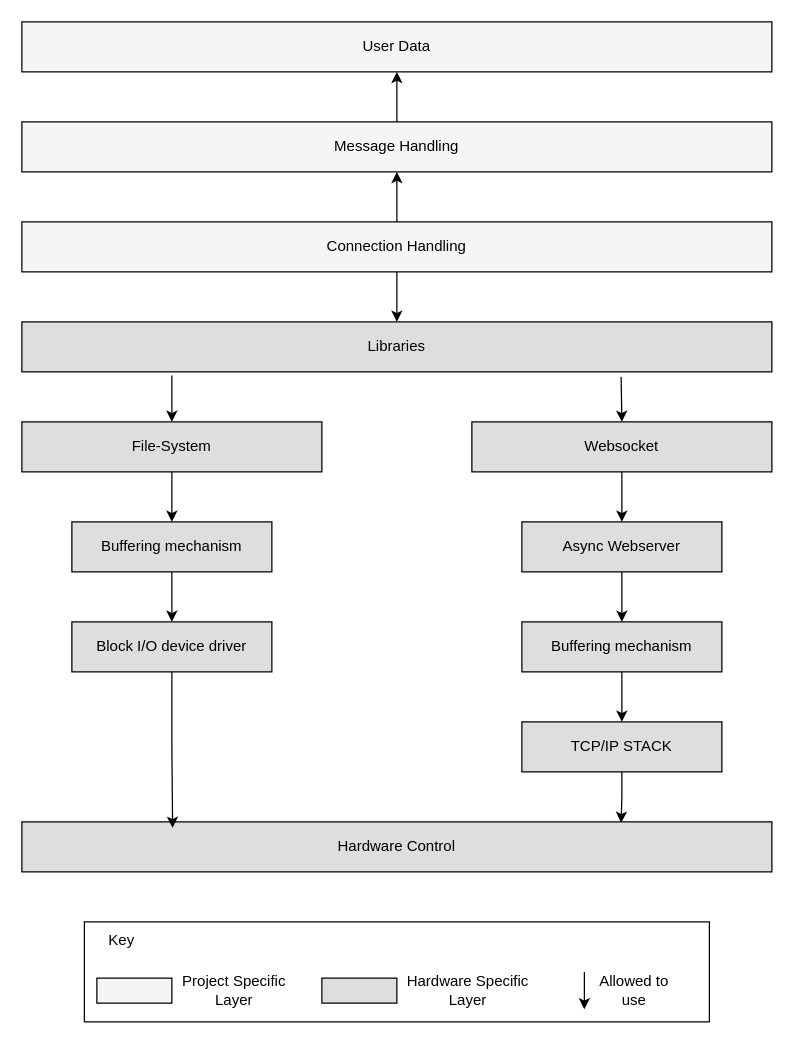
Above: docs/PackageDiagrams/DiagramFiles/Layer_Structure_Package_Diagram.drawio in Scherrik/se_mcm (draw.io), before the change. Source tidied: cells renumbered, new cells numbered last; positions are measured from the earlier drawing's top-left corner, leaving out a move shared by most shapes. Both pictures are drawn from the tidied source at 125%, with x=0, y=0 at pixel (21, 21).
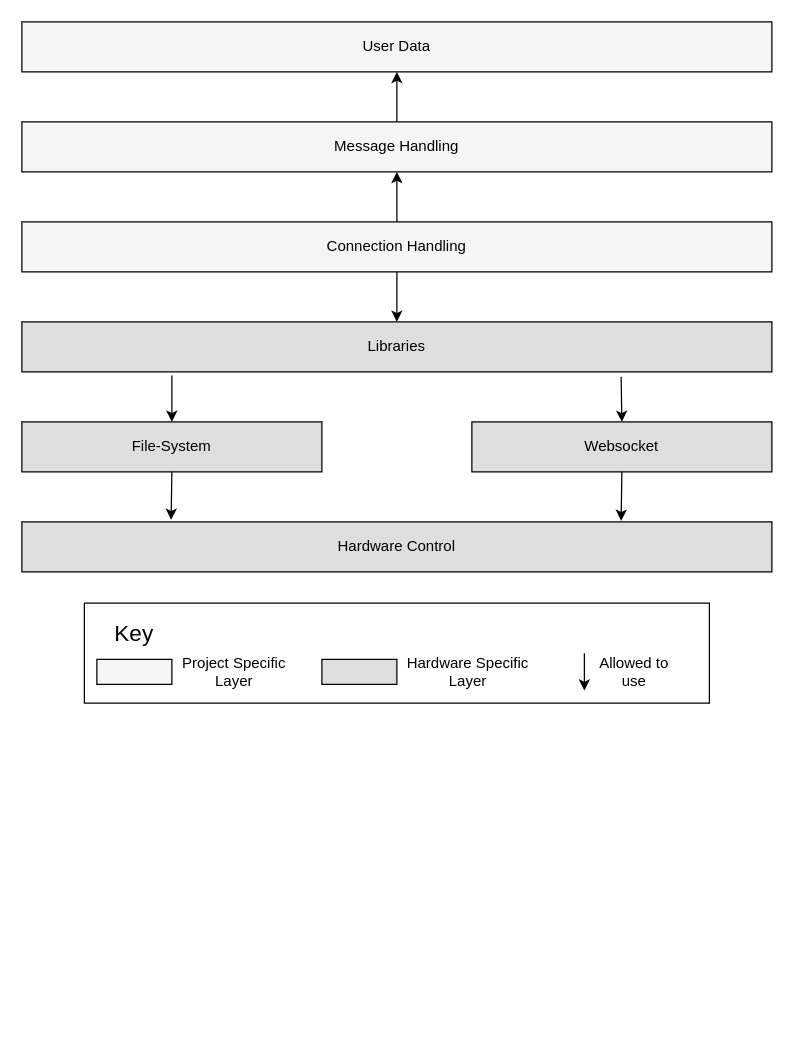
The same page after the edit.

Unchanged cells that the change refers to:
```xml
<mxCell id="6" value="Websocket" style="whiteSpace=wrap;html=1;rounded=0;fillColor=#DEDEDE;" parent="1" vertex="1">
  <mxGeometry x="360" y="320" width="240" height="40" as="geometry" />
</mxCell>
<mxCell id="14" value="File-System" style="rounded=0;whiteSpace=wrap;html=1;fillColor=#DEDEDE;" parent="1" vertex="1">
  <mxGeometry y="320" width="240" height="40" as="geometry" />
</mxCell>
```

Change to the diagram source:
```diff
@@
-    <mxCell id="7" style="edgeStyle=orthogonalEdgeStyle;rounded=0;jettySize=auto;html=1;exitX=0.5;exitY=0;exitDx=0;exitDy=0;entryX=0.5;entryY=1;entryDx=0;entryDy=0;startArrow=classic;startFill=1;endArrow=none;endFill=0;" parent="1" edge="1" source="8" target="6">
+    <mxCell id="7" style="edgeStyle=orthogonalEdgeStyle;rounded=0;jettySize=auto;html=1;exitX=0.799;exitY=-0.021;exitDx=0;exitDy=0;entryX=0.5;entryY=1;entryDx=0;entryDy=0;startArrow=classic;startFill=1;endArrow=none;endFill=0;exitPerimeter=0;" parent="1" edge="1" source="12" target="6">
       <mxGeometry relative="1" as="geometry" />
     </mxCell>
-    <mxCell id="8" value="Async Webserver" style="rounded=0;whiteSpace=wrap;html=1;fillColor=#DEDEDE;" parent="1" vertex="1">
-      <mxGeometry x="400" y="400" width="160" height="40" as="geometry" />
-    </mxCell>
-    <mxCell id="9" style="edgeStyle=orthogonalEdgeStyle;rounded=0;jettySize=auto;html=1;exitX=0.5;exitY=0;exitDx=0;exitDy=0;entryX=0.5;entryY=1;entryDx=0;entryDy=0;startArrow=classic;startFill=1;endArrow=none;endFill=0;" parent="1" edge="1" source="11" target="18">
-      <mxGeometry relative="1" as="geometry" />
-    </mxCell>
-    <mxCell id="10" style="edgeStyle=orthogonalEdgeStyle;rounded=0;jettySize=auto;html=1;exitX=0.5;exitY=1;exitDx=0;exitDy=0;entryX=0.799;entryY=0.02;entryDx=0;entryDy=0;entryPerimeter=0;startArrow=none;startFill=0;endArrow=classic;endFill=1;" parent="1" edge="1" source="11" target="12">
-      <mxGeometry relative="1" as="geometry" />
-    </mxCell>
-    <mxCell id="11" value="TCP/IP STACK" style="rounded=0;whiteSpace=wrap;html=1;fillColor=#DEDEDE;" parent="1" vertex="1">
-      <mxGeometry x="400" y="560" width="160" height="40" as="geometry" />
-    </mxCell>
     <mxCell id="12" value="Hardware Control" style="rounded=0;whiteSpace=wrap;html=1;fillColor=#DEDEDE;" parent="1" vertex="1">
-      <mxGeometry y="640" width="600" height="40" as="geometry" />
+      <mxGeometry y="400" width="600" height="40" as="geometry" />
     </mxCell>
@@
-    <mxCell id="15" style="edgeStyle=orthogonalEdgeStyle;rounded=0;jettySize=auto;html=1;exitX=0.5;exitY=0;exitDx=0;exitDy=0;entryX=0.5;entryY=1;entryDx=0;entryDy=0;startArrow=classic;startFill=1;endArrow=none;endFill=0;" parent="1" edge="1" source="16" target="14">
+    <mxCell id="15" style="edgeStyle=orthogonalEdgeStyle;rounded=0;jettySize=auto;html=1;exitX=0.199;exitY=-0.042;exitDx=0;exitDy=0;entryX=0.5;entryY=1;entryDx=0;entryDy=0;startArrow=classic;startFill=1;endArrow=none;endFill=0;exitPerimeter=0;" parent="1" edge="1" source="12" target="14">
       <mxGeometry relative="1" as="geometry" />
     </mxCell>
-    <mxCell id="16" value="Buffering mechanism" style="rounded=0;whiteSpace=wrap;html=1;fillColor=#DEDEDE;" parent="1" vertex="1">
-      <mxGeometry x="40" y="400" width="160" height="40" as="geometry" />
-    </mxCell>
-    <mxCell id="17" style="edgeStyle=orthogonalEdgeStyle;rounded=0;jettySize=auto;html=1;exitX=0.5;exitY=0;exitDx=0;exitDy=0;entryX=0.5;entryY=1;entryDx=0;entryDy=0;startArrow=classic;startFill=1;endArrow=none;endFill=0;" parent="1" edge="1" source="18" target="8">
-      <mxGeometry relative="1" as="geometry" />
-    </mxCell>
-    <mxCell id="18" value="Buffering mechanism" style="rounded=0;whiteSpace=wrap;html=1;fillColor=#DEDEDE;" parent="1" vertex="1">
-      <mxGeometry x="400" y="480" width="160" height="40" as="geometry" />
-    </mxCell>
-    <mxCell id="19" style="edgeStyle=orthogonalEdgeStyle;rounded=0;jettySize=auto;html=1;exitX=0.5;exitY=1;exitDx=0;exitDy=0;entryX=0.201;entryY=0.12;entryDx=0;entryDy=0;entryPerimeter=0;startArrow=none;startFill=0;endArrow=classic;endFill=1;" parent="1" edge="1" source="21" target="12">
-      <mxGeometry relative="1" as="geometry" />
-    </mxCell>
-    <mxCell id="20" style="edgeStyle=orthogonalEdgeStyle;rounded=0;jettySize=auto;html=1;exitX=0.5;exitY=0;exitDx=0;exitDy=0;entryX=0.5;entryY=1;entryDx=0;entryDy=0;startArrow=classic;startFill=1;endArrow=none;endFill=0;" parent="1" edge="1" source="21" target="16">
-      <mxGeometry relative="1" as="geometry" />
-    </mxCell>
-    <mxCell id="21" value="Block I/O device driver" style="rounded=0;whiteSpace=wrap;html=1;fillColor=#DEDEDE;" parent="1" vertex="1">
-      <mxGeometry x="40" y="480" width="160" height="40" as="geometry" />
-    </mxCell>
@@
+    <mxCell id="34" style="group;" parent="1" vertex="1">
+      <mxGeometry x="50" y="465" width="500" height="80" as="geometry" />
+    </mxCell>
-    <mxCell id="26" style="rounded=0;whiteSpace=wrap;html=1;fillColor=#FFFFFF;align=left;" parent="1" vertex="1">
-      <mxGeometry x="50" y="720" width="500" height="80" as="geometry" />
+    <mxCell id="26" style="rounded=0;whiteSpace=wrap;html=1;fillColor=#FFFFFF;align=left;" parent="34" vertex="1">
+      <mxGeometry width="500" height="80" as="geometry" />
     </mxCell>
-    <mxCell id="27" style="rounded=0;whiteSpace=wrap;html=1;fillColor=#F5F5F5;" parent="1" vertex="1">
-      <mxGeometry x="60" y="765" width="60" height="20" as="geometry" />
+    <mxCell id="27" style="rounded=0;whiteSpace=wrap;html=1;fillColor=#F5F5F5;" parent="34" vertex="1">
+      <mxGeometry x="10" y="45" width="60" height="20" as="geometry" />
     </mxCell>
-    <mxCell id="28" style="rounded=0;whiteSpace=wrap;html=1;fillColor=#DEDEDE;" parent="1" vertex="1">
-      <mxGeometry x="240" y="765" width="60" height="20" as="geometry" />
+    <mxCell id="28" style="rounded=0;whiteSpace=wrap;html=1;fillColor=#DEDEDE;" parent="34" vertex="1">
+      <mxGeometry x="190" y="45" width="60" height="20" as="geometry" />
     </mxCell>
-    <mxCell id="29" style="endArrow=classic;html=1;rounded=0;" parent="1" edge="1">
+    <mxCell id="29" style="endArrow=classic;html=1;rounded=0;" parent="34" edge="1">
       <mxGeometry relative="1" as="geometry">
-        <mxPoint x="450" y="760" as="sourcePoint" />
-        <mxPoint x="450" y="790" as="targetPoint" />
+        <mxPoint x="400" y="40" as="sourcePoint" />
+        <mxPoint x="400" y="70" as="targetPoint" />
         <Array as="points">
-          <mxPoint x="450" y="770" />
+          <mxPoint x="400" y="50" />
         </Array>
       </mxGeometry>
     </mxCell>
-    <mxCell id="30" value="Hardware Specific&lt;br&gt;Layer" style="text;html=1;strokeColor=none;fillColor=none;align=center;verticalAlign=middle;whiteSpace=wrap;rounded=0;" parent="1" vertex="1">
-      <mxGeometry x="304" y="760" width="106" height="30" as="geometry" />
+    <mxCell id="30" value="Hardware Specific&lt;br&gt;Layer" style="text;html=1;strokeColor=none;fillColor=none;align=center;verticalAlign=middle;whiteSpace=wrap;rounded=0;" parent="34" vertex="1">
+      <mxGeometry x="254" y="40" width="106" height="30" as="geometry" />
     </mxCell>
-    <mxCell id="31" value="Project Specific Layer" style="text;html=1;strokeColor=none;fillColor=none;align=center;verticalAlign=middle;whiteSpace=wrap;rounded=0;" parent="1" vertex="1">
-      <mxGeometry x="120" y="760" width="100" height="30" as="geometry" />
+    <mxCell id="31" value="Project Specific Layer" style="text;html=1;strokeColor=none;fillColor=none;align=center;verticalAlign=middle;whiteSpace=wrap;rounded=0;" parent="34" vertex="1">
+      <mxGeometry x="70" y="40" width="100" height="30" as="geometry" />
     </mxCell>
-    <mxCell id="32" value="Key" style="text;html=1;strokeColor=none;fillColor=none;align=center;verticalAlign=middle;whiteSpace=wrap;rounded=0;" parent="1" vertex="1">
-      <mxGeometry x="50" y="720" width="60" height="30" as="geometry" />
+    <mxCell id="32" value="&lt;font style=&quot;font-size: 18px;&quot;&gt;Key&lt;/font&gt;" style="text;html=1;strokeColor=none;fillColor=none;align=center;verticalAlign=middle;whiteSpace=wrap;rounded=0;" parent="34" vertex="1">
+      <mxGeometry x="10" y="10" width="60" height="30" as="geometry" />
     </mxCell>
-    <mxCell id="33" value="Allowed to use" style="text;html=1;strokeColor=none;fillColor=none;align=center;verticalAlign=middle;whiteSpace=wrap;rounded=0;" parent="1" vertex="1">
-      <mxGeometry x="460" y="760" width="60" height="30" as="geometry" />
+    <mxCell id="33" value="Allowed to use" style="text;html=1;strokeColor=none;fillColor=none;align=center;verticalAlign=middle;whiteSpace=wrap;rounded=0;" parent="34" vertex="1">
+      <mxGeometry x="410" y="40" width="60" height="30" as="geometry" />
     </mxCell>
```
